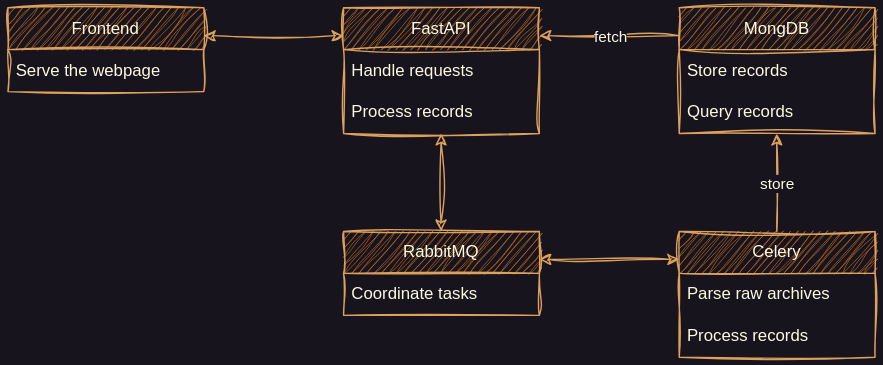
This is docs/components.svg from TLCFEM/motion-base, a draw.io export, as it was before one commit. Source tidied: cells renumbered, new cells last; positions are measured from the earlier drawing's top-left corner, leaving out a move shared by most shapes.
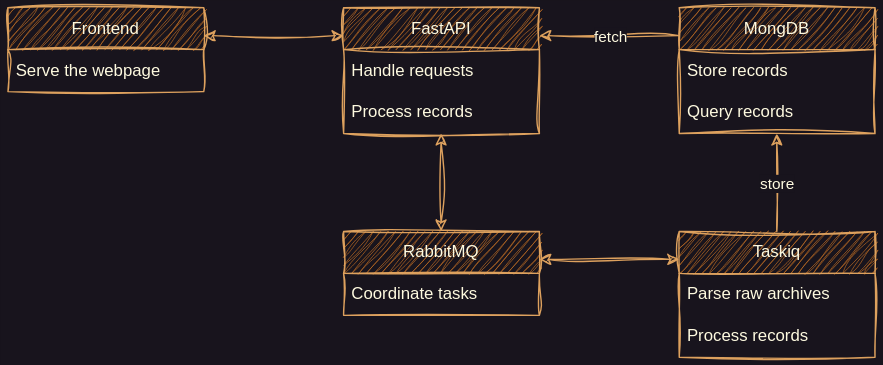
After the commit.

Change to the diagram source:
```diff
@@ -8,7 +8,7 @@
     <mxCell id="3" value="Coordinate tasks" style="text;strokeColor=none;fillColor=none;align=left;verticalAlign=middle;spacingLeft=4;spacingRight=4;overflow=hidden;whiteSpace=wrap;html=1;labelBackgroundColor=none;fontColor=#FEFAE0;sketch=1;curveFitting=1;jiggle=2;" parent="2" vertex="1">
       <mxGeometry y="30" width="140" height="30" as="geometry" />
     </mxCell>
-    <mxCell id="4" value="Celery" style="swimlane;fontStyle=0;horizontal=1;startSize=30;whiteSpace=wrap;html=1;labelBackgroundColor=none;fillColor=#BC6C25;strokeColor=#DDA15E;fontColor=#FEFAE0;sketch=1;curveFitting=1;jiggle=2;" parent="1" vertex="1">
+    <mxCell id="4" value="Taskiq" style="swimlane;fontStyle=0;horizontal=1;startSize=30;whiteSpace=wrap;html=1;labelBackgroundColor=none;fillColor=#BC6C25;strokeColor=#DDA15E;fontColor=#FEFAE0;sketch=1;curveFitting=1;jiggle=2;" parent="1" vertex="1">
       <mxGeometry x="480" y="160" width="140" height="90" as="geometry" />
     </mxCell>
     <mxCell id="5" value="Parse raw archives" style="text;strokeColor=none;fillColor=none;align=left;verticalAlign=middle;spacingLeft=4;spacingRight=4;overflow=hidden;whiteSpace=wrap;html=1;labelBackgroundColor=none;fontColor=#FEFAE0;sketch=1;curveFitting=1;jiggle=2;" parent="4" vertex="1">
```
